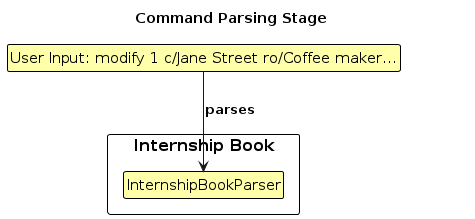
This is diagrams/ModifyCommandParse.png from AY2324S1-CS2103T-W17-1/tp, a PlantUML export, as it was before one commit. Its source is kept beside it as diagrams/ModifyCommandParse.puml. Source of this version:
```plantuml
@startuml
!include style.puml
skinparam ClassFontColor #000000
skinparam ClassBorderColor #000000
skinparam ClassBackgroundColor #FFFFAA

title Command Parsing Stage

package "Internship Book" {
    class InternshipBookParser as "InternshipBookParser"
}

package "Command" {
    class ModifyCommand as "ModifyCommand"
}

InternshipBookParser -[hidden]right-> ModifyCommand

hide ModifyCommand

class UserInput as "User Input: modify 1 c/Jane Street ro/Coffee maker..."

UserInput -down-> InternshipBookParser : parses

@enduml
```
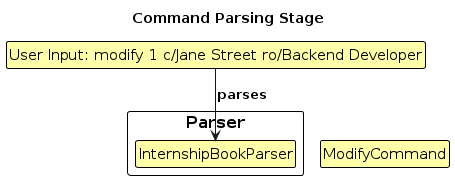
The same diagram one commit later.

What changed in the source:
```diff
@@ -1,4 +1,5 @@
 @startuml
+!pragma layout smetana
 !include style.puml
 skinparam ClassFontColor #000000
 skinparam ClassBorderColor #000000
@@ -6,7 +7,7 @@
 
 title Command Parsing Stage
 
-package "Internship Book" {
+package "Parser" {
     class InternshipBookParser as "InternshipBookParser"
 }
 
@@ -18,7 +19,7 @@
 
 hide ModifyCommand
 
-class UserInput as "User Input: modify 1 c/Jane Street ro/Coffee maker..."
+class UserInput as "User Input: modify 1 c/Jane Street ro/Backend Developer"
 
 UserInput -down-> InternshipBookParser : parses
 
```
